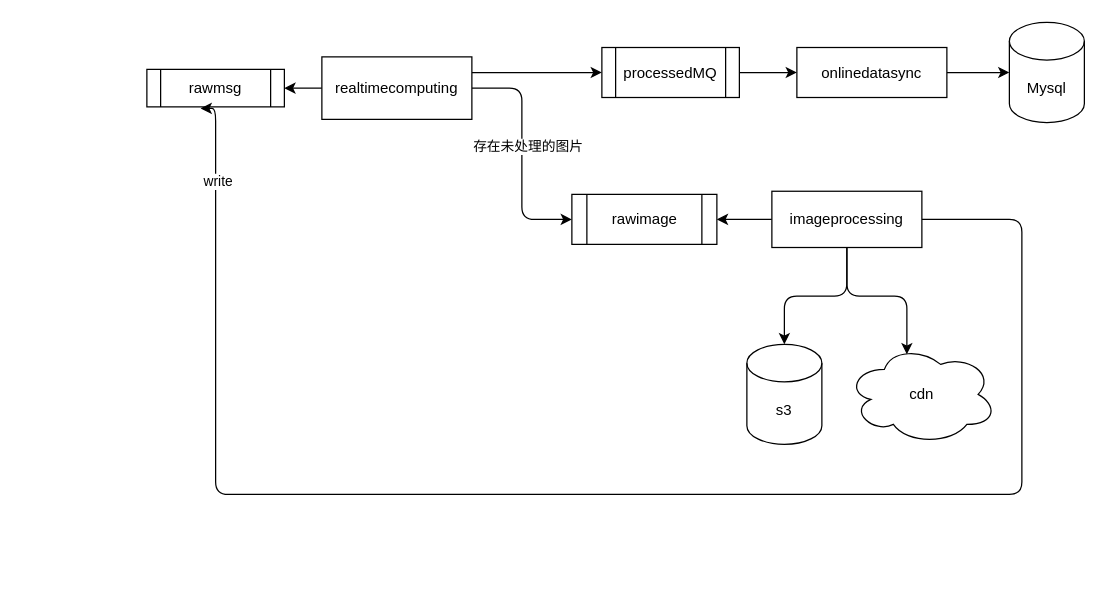
Above: source/diagrams/image.drawio in wxquare/wxquare.github.io (draw.io), before the change. Source tidied: cells renumbered, new cells numbered last; positions are measured from the earlier drawing's top-left corner, leaving out a move shared by most shapes. Both pictures are drawn from the tidied source at 125%, with x=0, y=0 at pixel (146, 21).
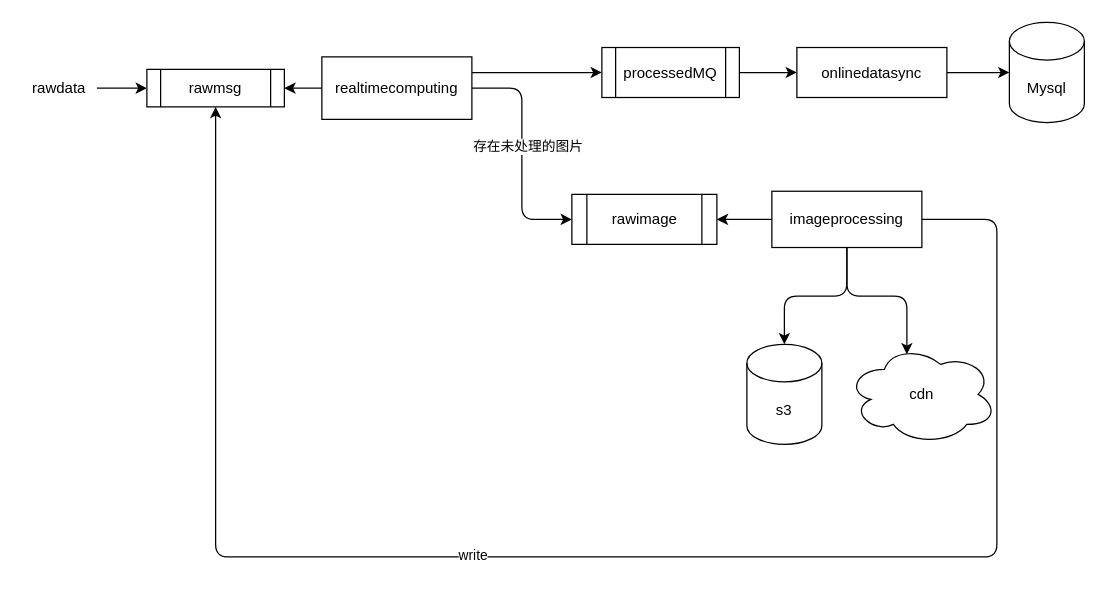
The same page after the edit.

Unchanged cells that the change refers to:
```xml
<mxCell id="10" value="rawmsg" style="shape=process;whiteSpace=wrap;html=1;backgroundOutline=1;" parent="1" vertex="1">
  <mxGeometry y="38" width="110" height="30" as="geometry" />
</mxCell>
<mxCell id="16" value="imageprocessing" style="rounded=0;whiteSpace=wrap;html=1;" parent="1" vertex="1">
  <mxGeometry x="500" y="135.5" width="120" height="45" as="geometry" />
</mxCell>
```

The edit, as a diff of the source:
```diff
@@
-    <mxCell id="14" style="edgeStyle=orthogonalEdgeStyle;rounded=1;jettySize=auto;html=1;exitX=1;exitY=0.5;exitDx=0;exitDy=0;entryX=0.391;entryY=1.04;entryDx=0;entryDy=0;entryPerimeter=0;" parent="1" edge="1" source="16" target="10">
+    <mxCell id="14" style="edgeStyle=orthogonalEdgeStyle;rounded=1;jettySize=auto;html=1;entryX=0.5;entryY=1;entryDx=0;entryDy=0;" parent="1" edge="1" source="16" target="10">
       <mxGeometry relative="1" as="geometry">
         <Array as="points">
-          <mxPoint x="700" y="158" />
-          <mxPoint x="700" y="378" />
-          <mxPoint x="55" y="378" />
-          <mxPoint x="55" y="69" />
+          <mxPoint x="680" y="158" />
+          <mxPoint x="680" y="428" />
+          <mxPoint x="55" y="428" />
         </Array>
       </mxGeometry>
     </mxCell>
     <mxCell id="15" value="write" style="edgeLabel;html=1;align=center;verticalAlign=middle;" parent="14" vertex="1">
-      <mxGeometry x="0.89" y="-1" relative="1" as="geometry" />
+      <mxGeometry x="0.14" y="-2" relative="1" as="geometry" />
     </mxCell>
@@
+    <mxCell id="22" style="edgeStyle=orthogonalEdgeStyle;rounded=1;jettySize=auto;html=1;exitX=1;exitY=0.5;exitDx=0;exitDy=0;entryX=0;entryY=0.5;entryDx=0;entryDy=0;" parent="1" edge="1" source="23" target="10">
+      <mxGeometry relative="1" as="geometry" />
+    </mxCell>
+    <mxCell id="23" value="rawdata" style="text;html=1;strokeColor=none;fillColor=none;align=center;verticalAlign=middle;whiteSpace=wrap;rounded=0;" parent="1" vertex="1">
+      <mxGeometry x="-100" y="38" width="60" height="30" as="geometry" />
+    </mxCell>
```
